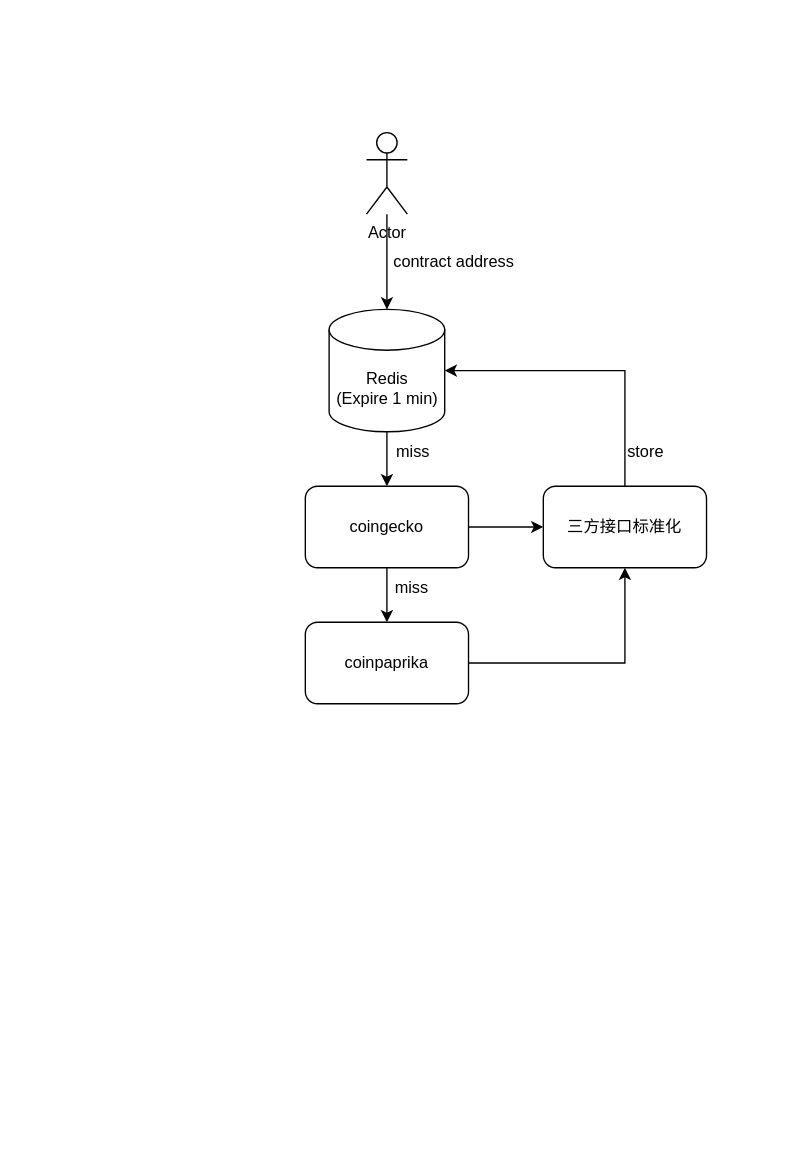
The draw.io diagram API.drawio in Adamlixi/adamblog.github.io, before the edit. Source tidied: cells renumbered, new cells numbered last; positions are measured from the earlier drawing's top-left corner, leaving out a move shared by most shapes. Both pictures are drawn from the tidied source at 136%, with x=0, y=0 at pixel (305, 132).
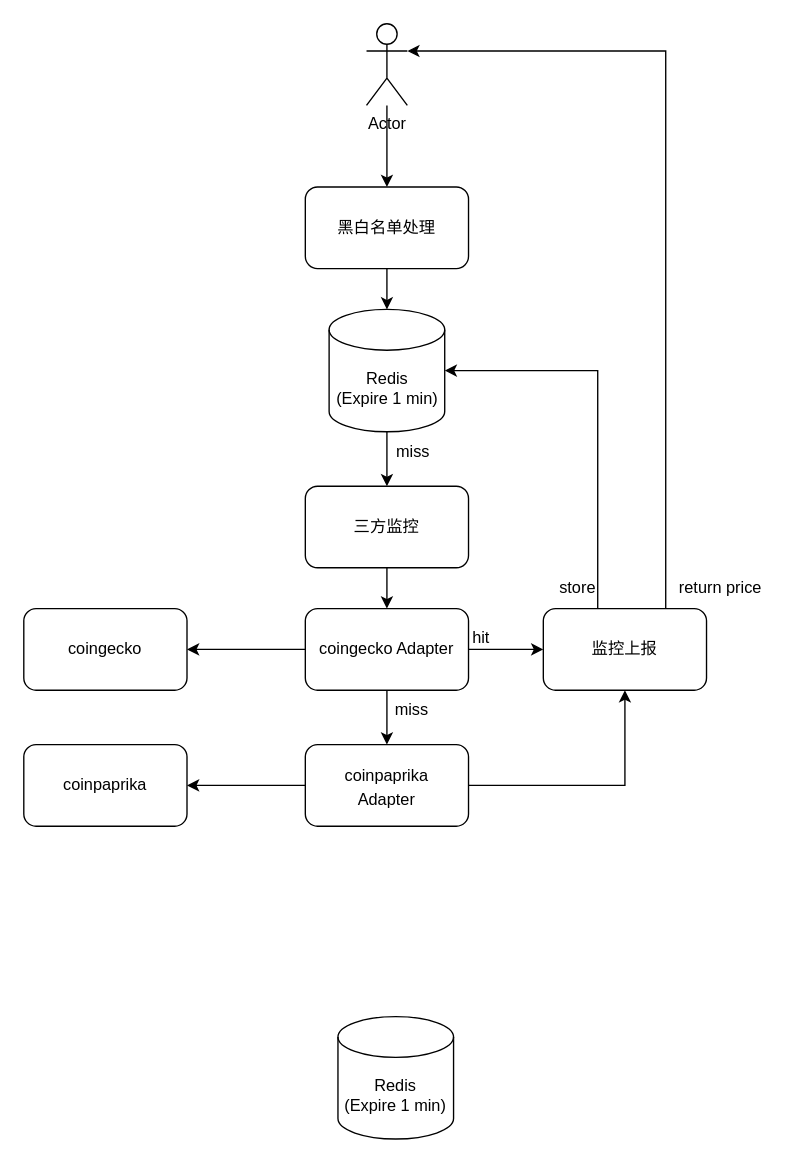
Above is the later version.

Unchanged cells that the change refers to:
```xml
<mxCell id="5" value="Redis&lt;br&gt;(Expire 1 min)" style="shape=cylinder3;whiteSpace=wrap;html=1;boundedLbl=1;backgroundOutline=1;size=15;" parent="1" vertex="1">
  <mxGeometry x="17.5" y="130" width="85" height="90" as="geometry" />
</mxCell>
```

What changed in the source:
```diff
@@
-    <mxCell id="2" style="edgeStyle=orthogonalEdgeStyle;rounded=0;jettySize=auto;html=1;" parent="1" edge="1" source="3" target="5">
-      <mxGeometry relative="1" as="geometry" />
-    </mxCell>
-    <mxCell id="3" value="Actor" style="shape=umlActor;verticalLabelPosition=bottom;verticalAlign=top;html=1;outlineConnect=0;" parent="1" vertex="1">
-      <mxGeometry x="45" width="30" height="60" as="geometry" />
-    </mxCell>
-    <mxCell id="4" style="edgeStyle=orthogonalEdgeStyle;rounded=0;jettySize=auto;html=1;" parent="1" edge="1" source="5" target="8">
-      <mxGeometry relative="1" as="geometry" />
+    <mxCell id="4" style="edgeStyle=orthogonalEdgeStyle;rounded=0;jettySize=auto;html=1;" parent="1" edge="1" source="5">
+      <mxGeometry relative="1" as="geometry">
+        <mxPoint x="60" y="260" as="targetPoint" />
+      </mxGeometry>
     </mxCell>
@@
+    <mxCell id="17" style="edgeStyle=orthogonalEdgeStyle;rounded=0;jettySize=auto;html=1;exitX=0;exitY=0.5;exitDx=0;exitDy=0;entryX=1;entryY=0.5;entryDx=0;entryDy=0;" parent="1" edge="1" source="8" target="26">
+      <mxGeometry relative="1" as="geometry" />
+    </mxCell>
-    <mxCell id="8" value="coingecko" style="rounded=1;whiteSpace=wrap;html=1;" parent="1" vertex="1">
-      <mxGeometry y="260" width="120" height="60" as="geometry" />
+    <mxCell id="8" value="coingecko Adapter" style="rounded=1;whiteSpace=wrap;html=1;" parent="1" vertex="1">
+      <mxGeometry y="350" width="120" height="60" as="geometry" />
     </mxCell>
@@
+    <mxCell id="18" style="edgeStyle=orthogonalEdgeStyle;rounded=0;jettySize=auto;html=1;exitX=0;exitY=0.5;exitDx=0;exitDy=0;entryX=1;entryY=0.5;entryDx=0;entryDy=0;" parent="1" edge="1" source="10" target="27">
+      <mxGeometry relative="1" as="geometry" />
+    </mxCell>
-    <mxCell id="10" value="&lt;table id=&quot;3893c9cf-16d9-4c6e-9450-707d32a2a02b&quot; class=&quot;simple-table&quot;&gt;&lt;tbody&gt;&lt;tr id=&quot;10b8a67f-8c77-4f25-928b-4482de56c09c&quot;&gt;&lt;td id=&quot;b&gt;DO&quot; class=&quot;&quot;&gt;coinpaprika&lt;/td&gt;&lt;/tr&gt;&lt;/tbody&gt;&lt;/table&gt;" style="rounded=1;whiteSpace=wrap;html=1;" parent="1" vertex="1">
-      <mxGeometry y="360" width="120" height="60" as="geometry" />
+    <mxCell id="10" value="&lt;table id=&quot;3893c9cf-16d9-4c6e-9450-707d32a2a02b&quot; class=&quot;simple-table&quot;&gt;&lt;tbody&gt;&lt;tr id=&quot;10b8a67f-8c77-4f25-928b-4482de56c09c&quot;&gt;&lt;td id=&quot;b&gt;DO&quot; class=&quot;&quot;&gt;coinpaprika&lt;/td&gt;&lt;/tr&gt;&lt;/tbody&gt;&lt;/table&gt;Adapter" style="rounded=1;whiteSpace=wrap;html=1;" parent="1" vertex="1">
+      <mxGeometry y="450" width="120" height="60" as="geometry" />
     </mxCell>
-    <mxCell id="11" value="contract address" style="text;html=1;align=center;verticalAlign=middle;strokeColor=none;fillColor=none;" parent="1" vertex="1">
-      <mxGeometry x="54" y="80" width="110" height="30" as="geometry" />
-    </mxCell>
@@
     <mxCell id="13" value="miss" style="text;html=1;align=center;verticalAlign=middle;strokeColor=none;fillColor=none;" parent="1" vertex="1">
-      <mxGeometry x="52.5" y="320" width="50" height="30" as="geometry" />
+      <mxGeometry x="52.5" y="410" width="50" height="30" as="geometry" />
     </mxCell>
     <mxCell id="14" style="edgeStyle=orthogonalEdgeStyle;rounded=0;jettySize=auto;html=1;entryX=1;entryY=0.5;entryDx=0;entryDy=0;entryPerimeter=0;" parent="1" edge="1" source="15" target="5">
       <mxGeometry relative="1" as="geometry">
         <Array as="points">
-          <mxPoint x="235" y="175" />
+          <mxPoint x="215" y="175" />
         </Array>
       </mxGeometry>
     </mxCell>
+    <mxCell id="19" style="edgeStyle=orthogonalEdgeStyle;rounded=0;jettySize=auto;html=1;exitX=0.75;exitY=0;exitDx=0;exitDy=0;entryX=1;entryY=0.3333333333333333;entryDx=0;entryDy=0;entryPerimeter=0;" parent="1" edge="1" source="15" target="3">
+      <mxGeometry relative="1" as="geometry" />
+    </mxCell>
-    <mxCell id="15" value="三方接口标准化" style="rounded=1;whiteSpace=wrap;html=1;" parent="1" vertex="1">
-      <mxGeometry x="175" y="260" width="120" height="60" as="geometry" />
+    <mxCell id="15" value="监控上报" style="rounded=1;whiteSpace=wrap;html=1;" parent="1" vertex="1">
+      <mxGeometry x="175" y="350" width="120" height="60" as="geometry" />
     </mxCell>
     <mxCell id="16" value="store" style="text;html=1;align=center;verticalAlign=middle;strokeColor=none;fillColor=none;" parent="1" vertex="1">
-      <mxGeometry x="225" y="220" width="50" height="30" as="geometry" />
+      <mxGeometry x="175" y="320" width="50" height="30" as="geometry" />
     </mxCell>
+    <mxCell id="20" style="edgeStyle=orthogonalEdgeStyle;rounded=0;jettySize=auto;html=1;exitX=0.5;exitY=1;exitDx=0;exitDy=0;entryX=0.5;entryY=0;entryDx=0;entryDy=0;" parent="1" edge="1" source="21" target="8">
+      <mxGeometry relative="1" as="geometry" />
+    </mxCell>
+    <mxCell id="21" value="三方监控" style="rounded=1;whiteSpace=wrap;html=1;" parent="1" vertex="1">
+      <mxGeometry y="260" width="120" height="60" as="geometry" />
+    </mxCell>
+    <mxCell id="22" style="edgeStyle=orthogonalEdgeStyle;rounded=0;jettySize=auto;html=1;entryX=0.5;entryY=0;entryDx=0;entryDy=0;" parent="1" edge="1" source="3" target="24">
+      <mxGeometry relative="1" as="geometry" />
+    </mxCell>
+    <mxCell id="3" value="Actor" style="shape=umlActor;verticalLabelPosition=bottom;verticalAlign=top;html=1;outlineConnect=0;" parent="1" vertex="1">
+      <mxGeometry x="45" y="-80" width="30" height="60" as="geometry" />
+    </mxCell>
+    <mxCell id="23" style="edgeStyle=orthogonalEdgeStyle;rounded=0;jettySize=auto;html=1;exitX=0.5;exitY=1;exitDx=0;exitDy=0;entryX=0.5;entryY=0;entryDx=0;entryDy=0;entryPerimeter=0;" parent="1" edge="1" source="24" target="5">
+      <mxGeometry relative="1" as="geometry" />
+    </mxCell>
+    <mxCell id="24" value="黑白名单处理" style="rounded=1;whiteSpace=wrap;html=1;" parent="1" vertex="1">
+      <mxGeometry y="40" width="120" height="60" as="geometry" />
+    </mxCell>
+    <mxCell id="25" value="return price" style="text;html=1;align=center;verticalAlign=middle;strokeColor=none;fillColor=none;" parent="1" vertex="1">
+      <mxGeometry x="265" y="320" width="80" height="30" as="geometry" />
+    </mxCell>
+    <mxCell id="26" value="coingecko" style="rounded=1;whiteSpace=wrap;html=1;" parent="1" vertex="1">
+      <mxGeometry x="-207" y="350" width="120" height="60" as="geometry" />
+    </mxCell>
+    <mxCell id="27" value="&lt;table style=&quot;border-color: var(--border-color);&quot; id=&quot;3893c9cf-16d9-4c6e-9450-707d32a2a02b&quot; class=&quot;simple-table&quot;&gt;&lt;tbody style=&quot;border-color: var(--border-color);&quot;&gt;&lt;tr style=&quot;border-color: var(--border-color);&quot; id=&quot;10b8a67f-8c77-4f25-928b-4482de56c09c&quot;&gt;&lt;td style=&quot;border-color: var(--border-color);&quot; id=&quot;b&gt;DO&quot; class=&quot;&quot;&gt;coinpaprika&lt;/td&gt;&lt;/tr&gt;&lt;/tbody&gt;&lt;/table&gt;" style="rounded=1;whiteSpace=wrap;html=1;" parent="1" vertex="1">
+      <mxGeometry x="-207" y="450" width="120" height="60" as="geometry" />
+    </mxCell>
+    <mxCell id="28" value="hit" style="text;html=1;align=center;verticalAlign=middle;strokeColor=none;fillColor=none;" parent="1" vertex="1">
+      <mxGeometry x="109" y="357" width="40" height="30" as="geometry" />
+    </mxCell>
+    <mxCell id="29" value="Redis&lt;br&gt;(Expire 1 min)" style="shape=cylinder3;whiteSpace=wrap;html=1;boundedLbl=1;backgroundOutline=1;size=15;" parent="1" vertex="1">
+      <mxGeometry x="24" y="650" width="85" height="90" as="geometry" />
+    </mxCell>
```
